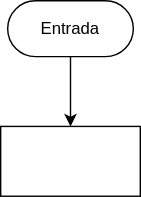
GaunaRocioAnahi/RepostorioDeApuntes keeps this draw.io diagram as EntornosDeDesarrollo/ejercicio2.drawio.svg. Above is the earlier version. Source tidied: cells renumbered, new cells last; positions are measured from the earlier drawing's top-left corner, leaving out a move shared by most shapes. Its diagram source:
```xml
<mxGraphModel>
  <root>
    <mxCell id="0" />
    <mxCell id="1" parent="0" />
    <mxCell id="2" value="Entrada" style="html=1;dashed=0;whiteSpace=wrap;shape=mxgraph.dfd.start;" parent="1" vertex="1">
      <mxGeometry x="5" width="90" height="40" as="geometry" />
    </mxCell>
    <mxCell id="3" style="endArrow=classic;html=1;exitX=0.5;exitY=0.5;exitDx=0;exitDy=20;exitPerimeter=0;" parent="1" edge="1" source="2">
      <mxGeometry relative="1" as="geometry">
        <mxPoint x="50" y="90" as="targetPoint" />
      </mxGeometry>
    </mxCell>
    <mxCell id="4" style="html=1;dashed=0;whiteSpace=wrap;" parent="1" vertex="1">
      <mxGeometry y="90" width="100" height="50" as="geometry" />
    </mxCell>
  </root>
</mxGraphModel>
```
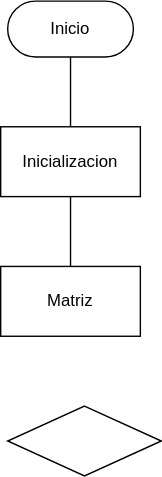
Later version of the same file.

Commit message:
añadir ejericio3 diagrama. drawio

The edit, as a diff of the source:
```diff
@@ -2,16 +2,27 @@
   <root>
     <mxCell id="0" />
     <mxCell id="1" parent="0" />
-    <mxCell id="2" value="Entrada" style="html=1;dashed=0;whiteSpace=wrap;shape=mxgraph.dfd.start;" parent="1" vertex="1">
+    <mxCell id="2" value="Inicio" style="html=1;dashed=0;whiteSpace=wrap;shape=mxgraph.dfd.start;" parent="1" vertex="1">
       <mxGeometry x="5" width="90" height="40" as="geometry" />
     </mxCell>
     <mxCell id="3" style="endArrow=classic;html=1;exitX=0.5;exitY=0.5;exitDx=0;exitDy=20;exitPerimeter=0;" parent="1" edge="1" source="2">
       <mxGeometry relative="1" as="geometry">
-        <mxPoint x="50" y="90" as="targetPoint" />
+        <mxPoint x="50" y="130" as="targetPoint" />
       </mxGeometry>
     </mxCell>
-    <mxCell id="4" style="html=1;dashed=0;whiteSpace=wrap;" parent="1" vertex="1">
+    <mxCell id="4" value="Inicializacion&amp;nbsp;" style="html=1;dashed=0;whiteSpace=wrap;" parent="1" vertex="1">
       <mxGeometry y="90" width="100" height="50" as="geometry" />
     </mxCell>
+    <mxCell id="5" style="endArrow=classic;html=1;exitX=0.5;exitY=1;exitDx=0;exitDy=0;" parent="1" edge="1" source="4">
+      <mxGeometry relative="1" as="geometry">
+        <mxPoint x="50" y="240" as="targetPoint" />
+      </mxGeometry>
+    </mxCell>
+    <mxCell id="6" style="shape=rhombus;html=1;dashed=0;whiteSpace=wrap;perimeter=rhombusPerimeter;" parent="1" vertex="1">
+      <mxGeometry x="5" y="290" width="110" height="50" as="geometry" />
+    </mxCell>
+    <mxCell id="7" value="Matriz&amp;nbsp;" style="html=1;dashed=0;whiteSpace=wrap;" parent="1" vertex="1">
+      <mxGeometry y="190" width="100" height="50" as="geometry" />
+    </mxCell>
   </root>
 </mxGraphModel>
```
